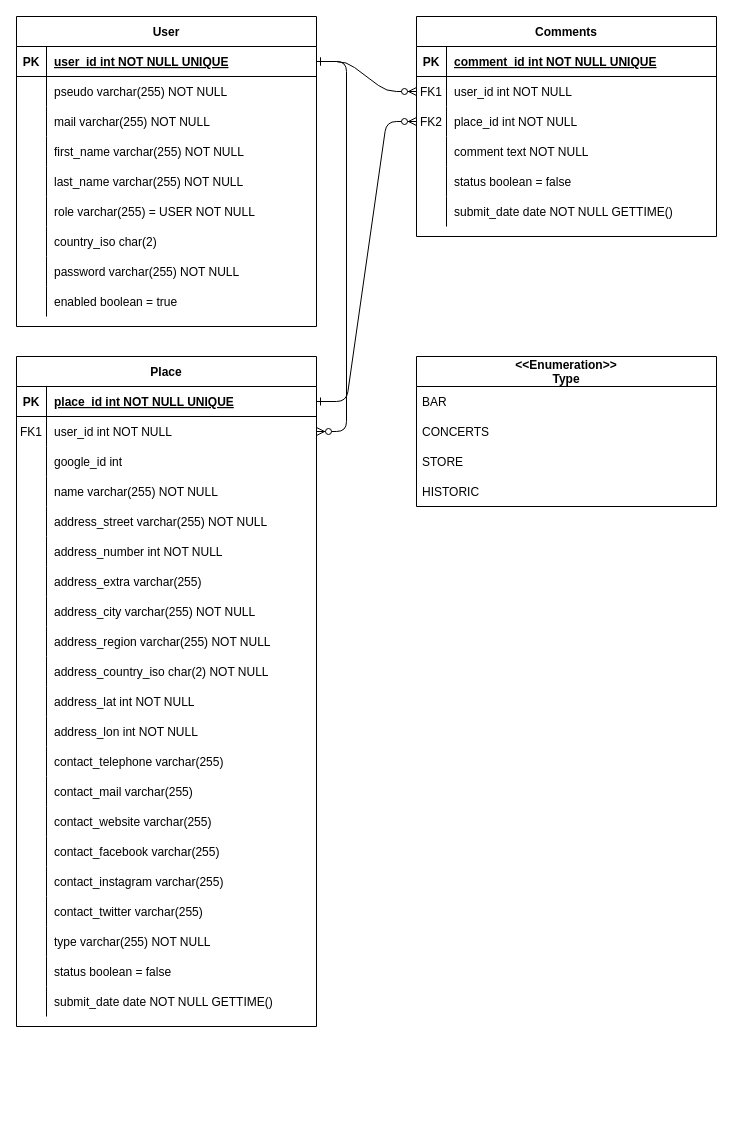
This is backend/uml_class_diagram.drawio from peppecuci/metaltravelguide, a draw.io file, before an edit. Source tidied: cells renumbered, new cells numbered last; positions are measured from the earlier drawing's top-left corner, leaving out a move shared by most shapes. Both pictures are drawn from the tidied source at 100%, with x=0, y=0 at pixel (16, 16).
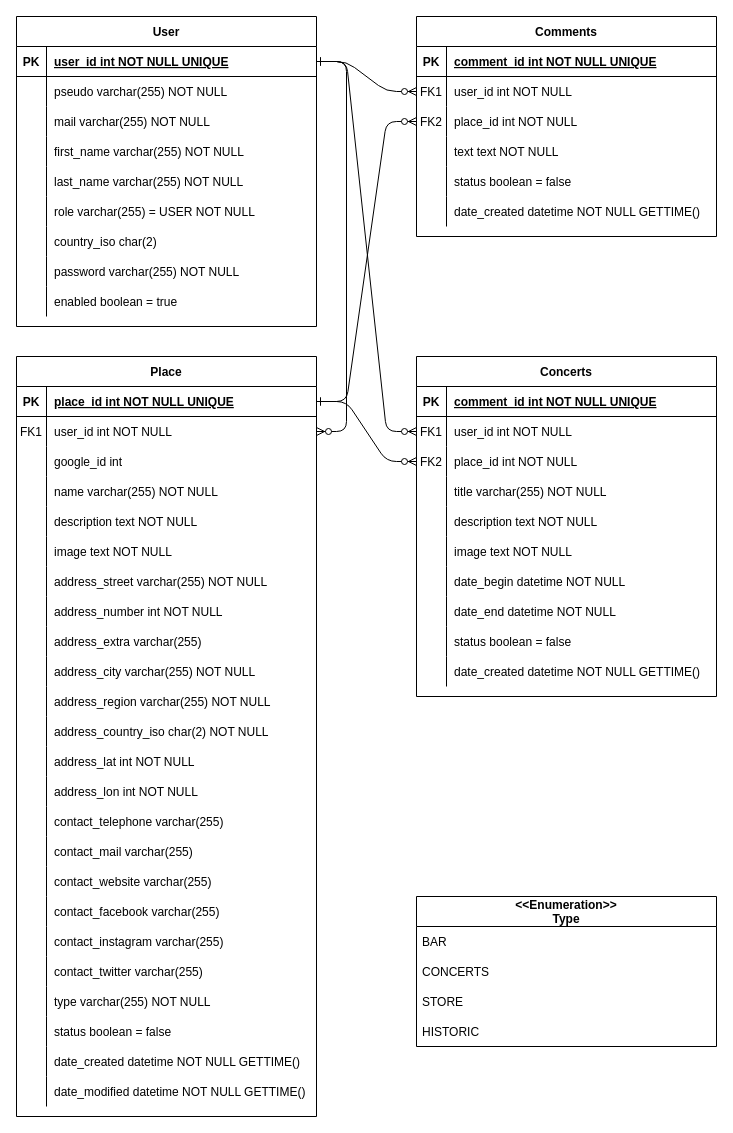
The same diagram, later.

Unchanged cells that the change refers to:
```xml
<mxCell id="5" style="shape=partialRectangle;fillColor=none;points=[[0,0.5],[1,0.5]];portConstraint=eastwest;top=0;left=0;right=0;bottom=1;" parent="4" vertex="1">
  <mxGeometry y="30" width="300" height="30" as="geometry" />
</mxCell>
<mxCell id="78" style="shape=partialRectangle;fillColor=none;top=0;left=0;right=0;bottom=0;" parent="68" vertex="1">
  <mxGeometry y="120" width="300" height="30" as="geometry" />
</mxCell>
<mxCell id="84" style="shape=partialRectangle;fillColor=none;top=0;left=0;right=0;bottom=0;" parent="68" vertex="1">
  <mxGeometry y="180" width="300" height="30" as="geometry" />
</mxCell>
<mxCell id="88" style="shape=partialRectangle;fillColor=none;points=[[0,0.5],[1,0.5]];portConstraint=eastwest;top=0;left=0;right=0;bottom=1;" parent="87" vertex="1">
  <mxGeometry y="30" width="300" height="30" as="geometry" />
</mxCell>
```

Diff of the diagram source:
```diff
@@
     <mxCell id="4" value="Place" style="shape=table;startSize=30;childLayout=tableLayout;rowLines=0;fontStyle=1;align=center;" parent="1" vertex="1">
-      <mxGeometry y="340" width="300" height="670" as="geometry" />
+      <mxGeometry y="340" width="300" height="760" as="geometry" />
     </mxCell>
@@
+    <mxCell id="121" style="shape=partialRectangle;fillColor=none;top=0;left=0;right=0;bottom=0;" parent="4" vertex="1">
+      <mxGeometry y="150" width="300" height="30" as="geometry" />
+    </mxCell>
+    <mxCell id="122" style="shape=partialRectangle;overflow=hidden;fillColor=none;top=0;left=0;bottom=0;right=0;" parent="121" vertex="1">
+      <mxGeometry width="30" height="30" as="geometry" />
+    </mxCell>
+    <mxCell id="123" value="description text NOT NULL" style="shape=partialRectangle;overflow=hidden;fillColor=none;top=0;left=0;bottom=0;right=0;align=left;spacingLeft=6;" parent="121" vertex="1">
+      <mxGeometry x="30" width="270" height="30" as="geometry" />
+    </mxCell>
+    <mxCell id="124" style="shape=partialRectangle;fillColor=none;top=0;left=0;right=0;bottom=0;" parent="4" vertex="1">
+      <mxGeometry y="180" width="300" height="30" as="geometry" />
+    </mxCell>
+    <mxCell id="125" style="shape=partialRectangle;overflow=hidden;fillColor=none;top=0;left=0;bottom=0;right=0;" parent="124" vertex="1">
+      <mxGeometry width="30" height="30" as="geometry" />
+    </mxCell>
+    <mxCell id="126" value="image text NOT NULL" style="shape=partialRectangle;overflow=hidden;fillColor=none;top=0;left=0;bottom=0;right=0;align=left;spacingLeft=6;" parent="124" vertex="1">
+      <mxGeometry x="30" width="270" height="30" as="geometry" />
+    </mxCell>
     <mxCell id="17" style="shape=partialRectangle;fillColor=none;top=0;left=0;right=0;bottom=0;" parent="4" vertex="1">
-      <mxGeometry y="150" width="300" height="30" as="geometry" />
+      <mxGeometry y="210" width="300" height="30" as="geometry" />
     </mxCell>
@@
     <mxCell id="20" style="shape=partialRectangle;fillColor=none;top=0;left=0;right=0;bottom=0;" parent="4" vertex="1">
-      <mxGeometry y="180" width="300" height="30" as="geometry" />
+      <mxGeometry y="240" width="300" height="30" as="geometry" />
     </mxCell>
@@
     <mxCell id="23" style="shape=partialRectangle;fillColor=none;top=0;left=0;right=0;bottom=0;" parent="4" vertex="1">
-      <mxGeometry y="210" width="300" height="30" as="geometry" />
+      <mxGeometry y="270" width="300" height="30" as="geometry" />
     </mxCell>
@@
     <mxCell id="26" style="shape=partialRectangle;fillColor=none;top=0;left=0;right=0;bottom=0;" parent="4" vertex="1">
-      <mxGeometry y="240" width="300" height="30" as="geometry" />
+      <mxGeometry y="300" width="300" height="30" as="geometry" />
     </mxCell>
@@
     <mxCell id="29" style="shape=partialRectangle;fillColor=none;top=0;left=0;right=0;bottom=0;" parent="4" vertex="1">
-      <mxGeometry y="270" width="300" height="30" as="geometry" />
+      <mxGeometry y="330" width="300" height="30" as="geometry" />
     </mxCell>
@@
     <mxCell id="32" style="shape=partialRectangle;fillColor=none;top=0;left=0;right=0;bottom=0;" parent="4" vertex="1">
-      <mxGeometry y="300" width="300" height="30" as="geometry" />
+      <mxGeometry y="360" width="300" height="30" as="geometry" />
     </mxCell>
@@
     <mxCell id="35" style="shape=partialRectangle;fillColor=none;top=0;left=0;right=0;bottom=0;" parent="4" vertex="1">
-      <mxGeometry y="330" width="300" height="30" as="geometry" />
+      <mxGeometry y="390" width="300" height="30" as="geometry" />
     </mxCell>
@@
     <mxCell id="38" style="shape=partialRectangle;fillColor=none;top=0;left=0;right=0;bottom=0;" parent="4" vertex="1">
-      <mxGeometry y="360" width="300" height="30" as="geometry" />
+      <mxGeometry y="420" width="300" height="30" as="geometry" />
     </mxCell>
@@
     <mxCell id="41" style="shape=partialRectangle;fillColor=none;top=0;left=0;right=0;bottom=0;" parent="4" vertex="1">
-      <mxGeometry y="390" width="300" height="30" as="geometry" />
+      <mxGeometry y="450" width="300" height="30" as="geometry" />
     </mxCell>
@@
     <mxCell id="44" style="shape=partialRectangle;fillColor=none;top=0;left=0;right=0;bottom=0;" parent="4" vertex="1">
-      <mxGeometry y="420" width="300" height="30" as="geometry" />
+      <mxGeometry y="480" width="300" height="30" as="geometry" />
     </mxCell>
@@
     <mxCell id="47" style="shape=partialRectangle;fillColor=none;top=0;left=0;right=0;bottom=0;" parent="4" vertex="1">
-      <mxGeometry y="450" width="300" height="30" as="geometry" />
+      <mxGeometry y="510" width="300" height="30" as="geometry" />
     </mxCell>
@@
     <mxCell id="50" style="shape=partialRectangle;fillColor=none;top=0;left=0;right=0;bottom=0;" parent="4" vertex="1">
-      <mxGeometry y="480" width="300" height="30" as="geometry" />
+      <mxGeometry y="540" width="300" height="30" as="geometry" />
     </mxCell>
@@
     <mxCell id="53" style="shape=partialRectangle;fillColor=none;top=0;left=0;right=0;bottom=0;" parent="4" vertex="1">
-      <mxGeometry y="510" width="300" height="30" as="geometry" />
+      <mxGeometry y="570" width="300" height="30" as="geometry" />
     </mxCell>
@@
     <mxCell id="56" style="shape=partialRectangle;fillColor=none;top=0;left=0;right=0;bottom=0;" parent="4" vertex="1">
-      <mxGeometry y="540" width="300" height="30" as="geometry" />
+      <mxGeometry y="600" width="300" height="30" as="geometry" />
     </mxCell>
@@
     <mxCell id="59" style="shape=partialRectangle;fillColor=none;top=0;left=0;right=0;bottom=0;" parent="4" vertex="1">
-      <mxGeometry y="570" width="300" height="30" as="geometry" />
+      <mxGeometry y="630" width="300" height="30" as="geometry" />
     </mxCell>
@@
     <mxCell id="62" style="shape=partialRectangle;fillColor=none;top=0;left=0;right=0;bottom=0;" parent="4" vertex="1">
-      <mxGeometry y="600" width="300" height="30" as="geometry" />
+      <mxGeometry y="660" width="300" height="30" as="geometry" />
     </mxCell>
@@
     <mxCell id="65" style="shape=partialRectangle;fillColor=none;top=0;left=0;right=0;bottom=0;" parent="4" vertex="1">
-      <mxGeometry y="630" width="300" height="30" as="geometry" />
+      <mxGeometry y="690" width="300" height="30" as="geometry" />
     </mxCell>
@@
-    <mxCell id="67" value="submit_date date NOT NULL GETTIME()" style="shape=partialRectangle;overflow=hidden;fillColor=none;top=0;left=0;bottom=0;right=0;align=left;spacingLeft=6;" parent="65" vertex="1">
+    <mxCell id="67" value="date_created datetime NOT NULL GETTIME()" style="shape=partialRectangle;overflow=hidden;fillColor=none;top=0;left=0;bottom=0;right=0;align=left;spacingLeft=6;" parent="65" vertex="1">
       <mxGeometry x="30" width="270" height="30" as="geometry" />
     </mxCell>
+    <mxCell id="127" style="shape=partialRectangle;fillColor=none;top=0;left=0;right=0;bottom=0;" parent="4" vertex="1">
+      <mxGeometry y="720" width="300" height="30" as="geometry" />
+    </mxCell>
+    <mxCell id="128" style="shape=partialRectangle;overflow=hidden;fillColor=none;top=0;left=0;bottom=0;right=0;" parent="127" vertex="1">
+      <mxGeometry width="30" height="30" as="geometry" />
+    </mxCell>
+    <mxCell id="129" value="date_modified datetime NOT NULL GETTIME()" style="shape=partialRectangle;overflow=hidden;fillColor=none;top=0;left=0;bottom=0;right=0;align=left;spacingLeft=6;" parent="127" vertex="1">
+      <mxGeometry x="30" width="270" height="30" as="geometry" />
+    </mxCell>
@@
-    <mxCell id="80" value="comment text NOT NULL" style="shape=partialRectangle;overflow=hidden;fillColor=none;top=0;left=0;bottom=0;right=0;align=left;spacingLeft=6;" parent="78" vertex="1">
+    <mxCell id="80" value="text text NOT NULL" style="shape=partialRectangle;overflow=hidden;fillColor=none;top=0;left=0;bottom=0;right=0;align=left;spacingLeft=6;" parent="78" vertex="1">
       <mxGeometry x="30" width="270" height="30" as="geometry" />
     </mxCell>
@@
-    <mxCell id="86" value="submit_date date NOT NULL GETTIME()" style="shape=partialRectangle;overflow=hidden;fillColor=none;top=0;left=0;bottom=0;right=0;align=left;spacingLeft=6;" parent="84" vertex="1">
+    <mxCell id="86" value="date_created datetime NOT NULL GETTIME()" style="shape=partialRectangle;overflow=hidden;fillColor=none;top=0;left=0;bottom=0;right=0;align=left;spacingLeft=6;" parent="84" vertex="1">
       <mxGeometry x="30" width="270" height="30" as="geometry" />
     </mxCell>
@@
     <mxCell id="116" value="&lt;&lt;Enumeration&gt;&gt;&#10;Type" style="swimlane;fontStyle=1;horizontal=1;startSize=30;" parent="1" vertex="1">
-      <mxGeometry x="400" y="340" width="300" height="150" as="geometry" />
+      <mxGeometry x="400" y="880" width="300" height="150" as="geometry" />
     </mxCell>
@@
+    <mxCell id="130" value="Concerts" style="shape=table;startSize=30;childLayout=tableLayout;rowLines=0;fontStyle=1;align=center;" parent="1" vertex="1">
+      <mxGeometry x="400" y="340" width="300" height="340" as="geometry" />
+    </mxCell>
+    <mxCell id="131" style="shape=partialRectangle;fillColor=none;top=0;left=0;right=0;bottom=1;" parent="130" vertex="1">
+      <mxGeometry y="30" width="300" height="30" as="geometry" />
+    </mxCell>
+    <mxCell id="132" value="PK" style="shape=partialRectangle;overflow=hidden;fillColor=none;top=0;left=0;bottom=0;right=0;fontStyle=1;" parent="131" vertex="1">
+      <mxGeometry width="30" height="30" as="geometry" />
+    </mxCell>
+    <mxCell id="133" value="comment_id int NOT NULL UNIQUE" style="shape=partialRectangle;overflow=hidden;fillColor=none;top=0;left=0;bottom=0;right=0;align=left;spacingLeft=6;fontStyle=5;" parent="131" vertex="1">
+      <mxGeometry x="30" width="270" height="30" as="geometry" />
+    </mxCell>
+    <mxCell id="134" style="shape=partialRectangle;fillColor=none;points=[[0,0.5],[1,0.5]];portConstraint=eastwest;top=0;left=0;right=0;bottom=0;" parent="130" vertex="1">
+      <mxGeometry y="60" width="300" height="30" as="geometry" />
+    </mxCell>
+    <mxCell id="135" value="FK1" style="shape=partialRectangle;overflow=hidden;fillColor=none;top=0;left=0;bottom=0;right=0;" parent="134" vertex="1">
+      <mxGeometry width="30" height="30" as="geometry" />
+    </mxCell>
+    <mxCell id="136" value="user_id int NOT NULL" style="shape=partialRectangle;overflow=hidden;fillColor=none;top=0;left=0;bottom=0;right=0;align=left;spacingLeft=6;" parent="134" vertex="1">
+      <mxGeometry x="30" width="270" height="30" as="geometry" />
+    </mxCell>
+    <mxCell id="137" style="shape=partialRectangle;fillColor=none;points=[[0,0.5],[1,0.5]];portConstraint=eastwest;top=0;left=0;right=0;bottom=0;" parent="130" vertex="1">
+      <mxGeometry y="90" width="300" height="30" as="geometry" />
+    </mxCell>
+    <mxCell id="138" value="FK2" style="shape=partialRectangle;overflow=hidden;fillColor=none;top=0;left=0;bottom=0;right=0;" parent="137" vertex="1">
+      <mxGeometry width="30" height="30" as="geometry" />
+    </mxCell>
+    <mxCell id="139" value="place_id int NOT NULL" style="shape=partialRectangle;overflow=hidden;fillColor=none;top=0;left=0;bottom=0;right=0;align=left;spacingLeft=6;" parent="137" vertex="1">
+      <mxGeometry x="30" width="270" height="30" as="geometry" />
+    </mxCell>
+    <mxCell id="140" style="shape=partialRectangle;fillColor=none;top=0;left=0;right=0;bottom=0;" parent="130" vertex="1">
+      <mxGeometry y="120" width="300" height="30" as="geometry" />
+    </mxCell>
+    <mxCell id="141" style="shape=partialRectangle;overflow=hidden;fillColor=none;top=0;left=0;bottom=0;right=0;" parent="140" vertex="1">
+      <mxGeometry width="30" height="30" as="geometry" />
+    </mxCell>
+    <mxCell id="142" value="title varchar(255) NOT NULL" style="shape=partialRectangle;overflow=hidden;fillColor=none;top=0;left=0;bottom=0;right=0;align=left;spacingLeft=6;" parent="140" vertex="1">
+      <mxGeometry x="30" width="270" height="30" as="geometry" />
+    </mxCell>
+    <mxCell id="143" style="shape=partialRectangle;fillColor=none;top=0;left=0;right=0;bottom=0;" parent="130" vertex="1">
+      <mxGeometry y="150" width="300" height="30" as="geometry" />
+    </mxCell>
+    <mxCell id="144" style="shape=partialRectangle;overflow=hidden;fillColor=none;top=0;left=0;bottom=0;right=0;" parent="143" vertex="1">
+      <mxGeometry width="30" height="30" as="geometry" />
+    </mxCell>
+    <mxCell id="145" value="description text NOT NULL" style="shape=partialRectangle;overflow=hidden;fillColor=none;top=0;left=0;bottom=0;right=0;align=left;spacingLeft=6;" parent="143" vertex="1">
+      <mxGeometry x="30" width="270" height="30" as="geometry" />
+    </mxCell>
+    <mxCell id="146" style="shape=partialRectangle;fillColor=none;top=0;left=0;right=0;bottom=0;" parent="130" vertex="1">
+      <mxGeometry y="180" width="300" height="30" as="geometry" />
+    </mxCell>
+    <mxCell id="147" style="shape=partialRectangle;overflow=hidden;fillColor=none;top=0;left=0;bottom=0;right=0;" parent="146" vertex="1">
+      <mxGeometry width="30" height="30" as="geometry" />
+    </mxCell>
+    <mxCell id="148" value="image text NOT NULL" style="shape=partialRectangle;overflow=hidden;fillColor=none;top=0;left=0;bottom=0;right=0;align=left;spacingLeft=6;" parent="146" vertex="1">
+      <mxGeometry x="30" width="270" height="30" as="geometry" />
+    </mxCell>
+    <mxCell id="149" style="shape=partialRectangle;fillColor=none;top=0;left=0;right=0;bottom=0;" parent="130" vertex="1">
+      <mxGeometry y="210" width="300" height="30" as="geometry" />
+    </mxCell>
+    <mxCell id="150" style="shape=partialRectangle;overflow=hidden;fillColor=none;top=0;left=0;bottom=0;right=0;" parent="149" vertex="1">
+      <mxGeometry width="30" height="30" as="geometry" />
+    </mxCell>
+    <mxCell id="151" value="date_begin datetime NOT NULL" style="shape=partialRectangle;overflow=hidden;fillColor=none;top=0;left=0;bottom=0;right=0;align=left;spacingLeft=6;" parent="149" vertex="1">
+      <mxGeometry x="30" width="270" height="30" as="geometry" />
+    </mxCell>
+    <mxCell id="152" style="shape=partialRectangle;fillColor=none;top=0;left=0;right=0;bottom=0;" parent="130" vertex="1">
+      <mxGeometry y="240" width="300" height="30" as="geometry" />
+    </mxCell>
+    <mxCell id="153" style="shape=partialRectangle;overflow=hidden;fillColor=none;top=0;left=0;bottom=0;right=0;" parent="152" vertex="1">
+      <mxGeometry width="30" height="30" as="geometry" />
+    </mxCell>
+    <mxCell id="154" value="date_end datetime NOT NULL" style="shape=partialRectangle;overflow=hidden;fillColor=none;top=0;left=0;bottom=0;right=0;align=left;spacingLeft=6;" parent="152" vertex="1">
+      <mxGeometry x="30" width="270" height="30" as="geometry" />
+    </mxCell>
+    <mxCell id="155" style="shape=partialRectangle;fillColor=none;top=0;left=0;right=0;bottom=0;" parent="130" vertex="1">
+      <mxGeometry y="270" width="300" height="30" as="geometry" />
+    </mxCell>
+    <mxCell id="156" style="shape=partialRectangle;overflow=hidden;fillColor=none;top=0;left=0;bottom=0;right=0;" parent="155" vertex="1">
+      <mxGeometry width="30" height="30" as="geometry" />
+    </mxCell>
+    <mxCell id="157" value="status boolean = false" style="shape=partialRectangle;overflow=hidden;fillColor=none;top=0;left=0;bottom=0;right=0;align=left;spacingLeft=6;" parent="155" vertex="1">
+      <mxGeometry x="30" width="270" height="30" as="geometry" />
+    </mxCell>
+    <mxCell id="158" style="shape=partialRectangle;fillColor=none;top=0;left=0;right=0;bottom=0;" parent="130" vertex="1">
+      <mxGeometry y="300" width="300" height="30" as="geometry" />
+    </mxCell>
+    <mxCell id="159" style="shape=partialRectangle;overflow=hidden;fillColor=none;top=0;left=0;bottom=0;right=0;" parent="158" vertex="1">
+      <mxGeometry width="30" height="30" as="geometry" />
+    </mxCell>
+    <mxCell id="160" value="date_created datetime NOT NULL GETTIME()" style="shape=partialRectangle;overflow=hidden;fillColor=none;top=0;left=0;bottom=0;right=0;align=left;spacingLeft=6;" parent="158" vertex="1">
+      <mxGeometry x="30" width="270" height="30" as="geometry" />
+    </mxCell>
+    <mxCell id="161" style="edgeStyle=entityRelationEdgeStyle;endArrow=ERzeroToMany;startArrow=ERone;endFill=1;startFill=0;entryX=0;entryY=0.5;entryDx=0;entryDy=0;exitX=1;exitY=0.5;exitDx=0;exitDy=0;" parent="1" edge="1" source="5" target="137">
+      <mxGeometry relative="1" as="geometry" />
+    </mxCell>
+    <mxCell id="162" style="edgeStyle=entityRelationEdgeStyle;endArrow=ERzeroToMany;startArrow=ERone;endFill=1;startFill=0;exitX=1;exitY=0.5;exitDx=0;exitDy=0;entryX=0;entryY=0.5;entryDx=0;entryDy=0;" parent="1" edge="1" source="88" target="134">
+      <mxGeometry relative="1" as="geometry" />
+    </mxCell>
```
